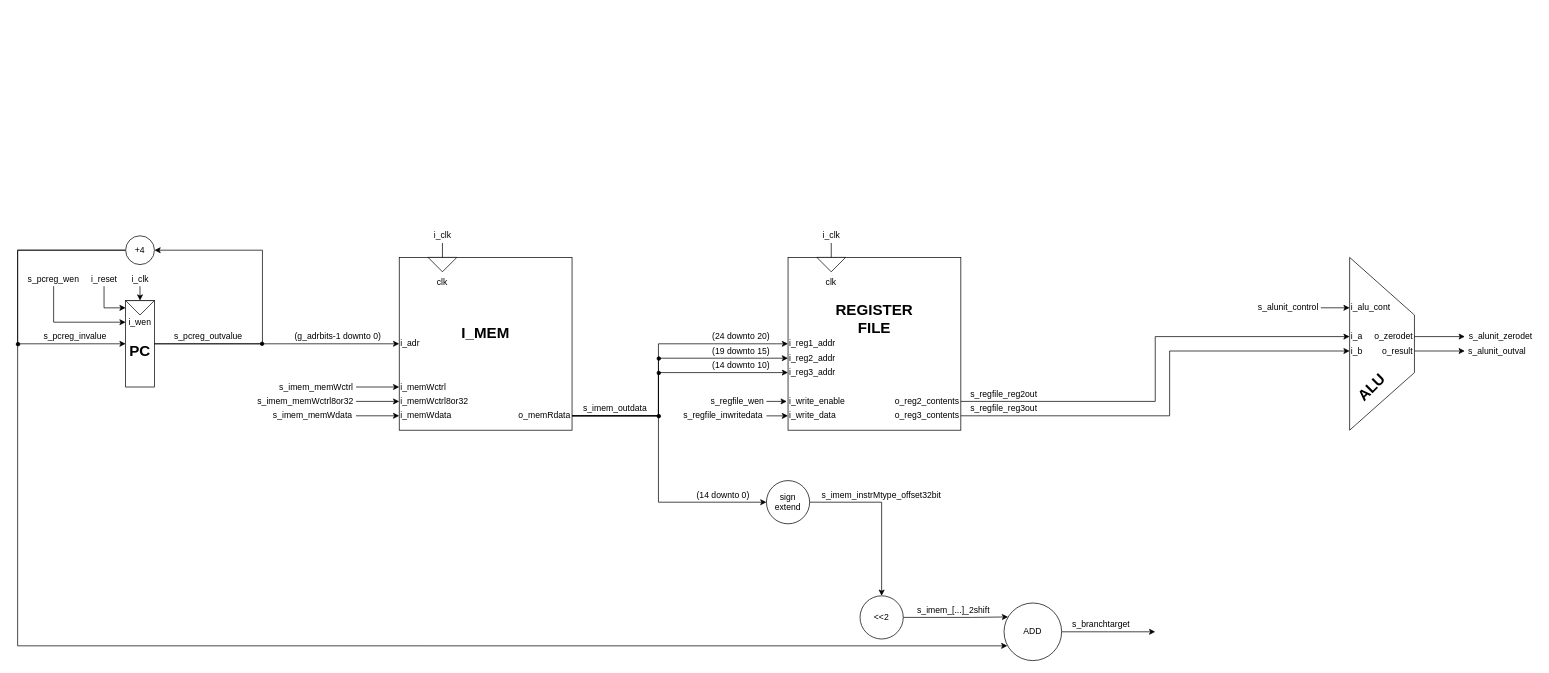
Earlier version of the draw.io diagram mystuff/mymips.drawio (asierfdln/mips). Source tidied: cells renumbered, new cells numbered last; positions are measured from the earlier drawing's top-left corner, leaving out a move shared by most shapes. Both pictures are drawn from the tidied source at 72%, with x=0, y=0 at pixel (16, 235).
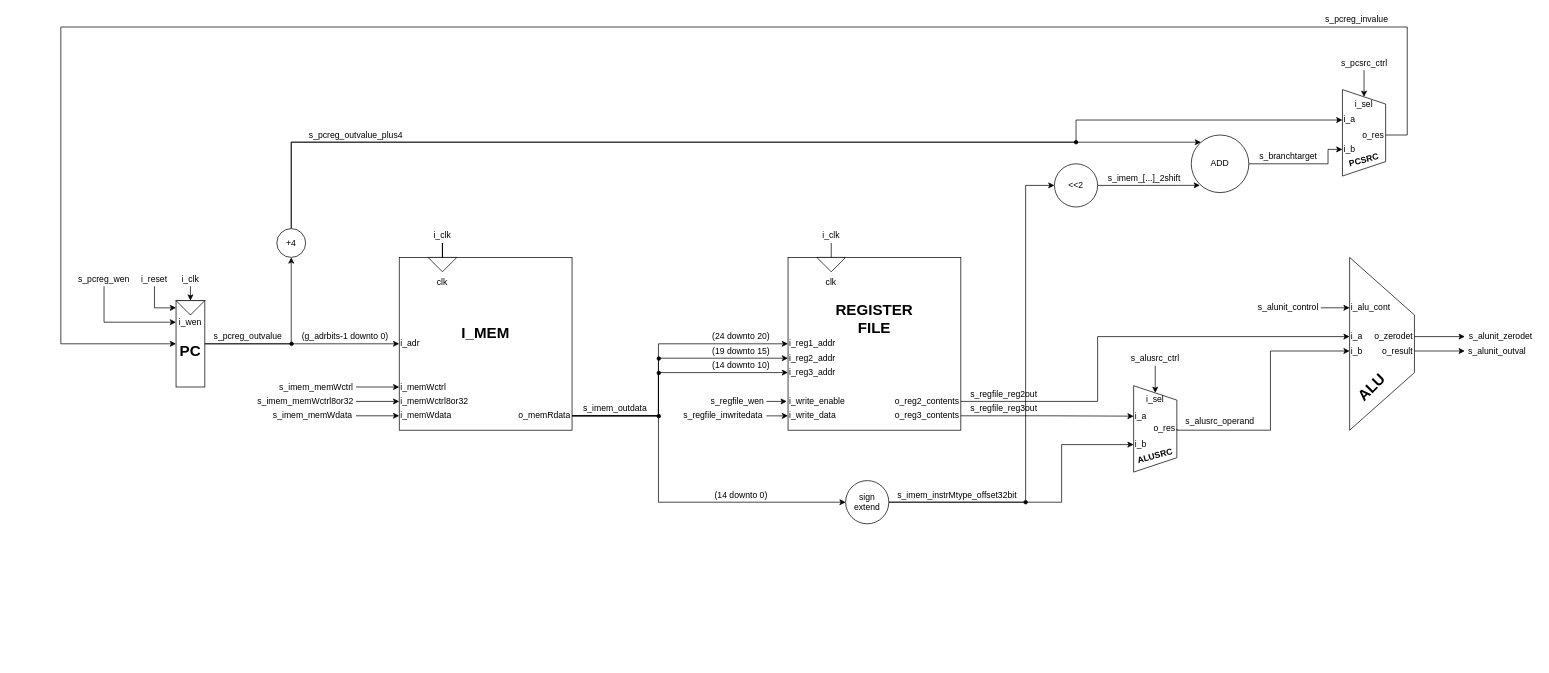
Above is the later version.

Commit message (it also covers changes not shown here):
Branch selection thingie with PCSRC mux2 to PCreg

Next step will include data memory bisness, if I recall correctX

The change refers to these unchanged cells:
```xml
<mxCell id="4" style="triangle;whiteSpace=wrap;html=1;direction=south;" parent="2" vertex="1">
  <mxGeometry x="40" width="40" height="20" as="geometry" />
</mxCell>
<mxCell id="7" value="o_reg2_contents" style="text;html=1;strokeColor=none;fillColor=none;align=right;verticalAlign=middle;whiteSpace=wrap;rounded=0;" parent="2" vertex="1">
  <mxGeometry x="130" y="190" width="110" height="20" as="geometry" />
</mxCell>
<mxCell id="8" value="o_reg3_contents" style="text;html=1;strokeColor=none;fillColor=none;align=right;verticalAlign=middle;whiteSpace=wrap;rounded=0;" parent="2" vertex="1">
  <mxGeometry x="170" y="210" width="70" height="20" as="geometry" />
</mxCell>
<mxCell id="18" style="rounded=0;whiteSpace=wrap;html=1;fontSize=12;direction=south;" parent="17" vertex="1">
  <mxGeometry width="40" height="120" as="geometry" />
</mxCell>
<mxCell id="19" style="triangle;whiteSpace=wrap;html=1;fontSize=12;direction=south;" parent="17" vertex="1">
  <mxGeometry width="40" height="20" as="geometry" />
</mxCell>
<mxCell id="20" value="i_wen" style="text;html=1;strokeColor=none;fillColor=none;align=center;verticalAlign=middle;whiteSpace=wrap;rounded=0;fontSize=12;" parent="17" vertex="1">
  <mxGeometry y="20" width="40" height="20" as="geometry" />
</mxCell>
<mxCell id="21" value="&lt;font style=&quot;font-size: 21px;&quot;&gt;PC&lt;/font&gt;" style="text;html=1;strokeColor=none;fillColor=none;align=center;verticalAlign=middle;whiteSpace=wrap;rounded=0;fontSize=16;fontStyle=1;" parent="17" vertex="1">
  <mxGeometry y="60" width="40" height="20" as="geometry" />
</mxCell>
<mxCell id="33" style="triangle;whiteSpace=wrap;html=1;direction=south;" parent="31" vertex="1">
  <mxGeometry x="40" width="40" height="20" as="geometry" />
</mxCell>
<mxCell id="67" value="i_a" style="text;html=1;strokeColor=none;fillColor=none;align=left;verticalAlign=middle;whiteSpace=wrap;rounded=0;fontSize=12;" parent="1" vertex="1">
  <mxGeometry x="1852" y="130" width="30" height="20" as="geometry" />
</mxCell>
<mxCell id="68" value="i_b" style="text;html=1;strokeColor=none;fillColor=none;align=left;verticalAlign=middle;whiteSpace=wrap;rounded=0;fontSize=12;" parent="1" vertex="1">
  <mxGeometry x="1852" y="150" width="30" height="20" as="geometry" />
</mxCell>
```

The edit, as a diff of the source:
```diff
@@
-    <mxCell id="14" value="i_clk" style="edgeStyle=orthogonalEdgeStyle;rounded=0;jettySize=auto;html=1;exitX=0;exitY=0.5;exitDx=0;exitDy=0;fontSize=12;endArrow=none;endFill=0;" parent="1" edge="1" source="4">
+    <mxCell id="14" style="edgeStyle=orthogonalEdgeStyle;rounded=0;jettySize=auto;html=1;exitX=0;exitY=0.5;exitDx=0;exitDy=0;fontSize=12;endArrow=none;endFill=0;entryX=0.5;entryY=1;entryDx=0;entryDy=0;" parent="1" edge="1" source="4" target="124">
       <mxGeometry x="1" y="10" relative="1" as="geometry">
-        <mxPoint x="1132" y="10" as="targetPoint" />
         <mxPoint x="10" y="-10" as="offset" />
       </mxGeometry>
     </mxCell>
     <mxCell id="15" style="group;" parent="1" vertex="1">
-      <mxGeometry x="152" y="90" width="40" height="120" as="geometry" />
+      <mxGeometry x="222" y="90" width="40" height="120" as="geometry" />
     </mxCell>
@@
-    <mxCell id="22" value="i_clk" style="edgeStyle=orthogonalEdgeStyle;rounded=0;jettySize=auto;html=1;exitX=0;exitY=0.5;exitDx=0;exitDy=0;fontSize=12;endArrow=classic;endFill=1;entryX=0;entryY=0.5;entryDx=0;entryDy=0;" parent="1" edge="1" target="19">
-      <mxGeometry x="-1" y="10" relative="1" as="geometry">
-        <mxPoint x="171.9" y="70" as="sourcePoint" />
-        <mxPoint x="-10" y="-10" as="offset" />
-      </mxGeometry>
-    </mxCell>
-    <mxCell id="23" value="i_reset" style="edgeStyle=orthogonalEdgeStyle;rounded=0;jettySize=auto;html=1;fontSize=12;endArrow=classic;endFill=1;exitX=0.084;exitY=1;exitDx=0;exitDy=0;exitPerimeter=0;entryX=0.084;entryY=1;entryDx=0;entryDy=0;entryPerimeter=0;" parent="1" edge="1" target="18">
+    <mxCell id="23" style="edgeStyle=orthogonalEdgeStyle;rounded=0;jettySize=auto;html=1;fontSize=12;endArrow=classic;endFill=1;entryX=0.084;entryY=1;entryDx=0;entryDy=0;entryPerimeter=0;exitX=0.5;exitY=1;exitDx=0;exitDy=0;" parent="1" edge="1" source="111" target="18">
       <mxGeometry x="-1" y="10" relative="1" as="geometry">
-        <mxPoint x="122" y="70" as="sourcePoint" />
         <Array as="points">
-          <mxPoint x="122" y="100" />
+          <mxPoint x="192" y="100" />
         </Array>
         <mxPoint x="-10" y="-10" as="offset" />
       </mxGeometry>
     </mxCell>
-    <mxCell id="24" style="edgeStyle=orthogonalEdgeStyle;rounded=0;jettySize=auto;html=1;exitX=1;exitY=0.5;exitDx=0;exitDy=0;fontSize=12;endArrow=classic;endFill=1;entryX=1;entryY=0.5;entryDx=0;entryDy=0;" parent="1" edge="1" target="27">
+    <mxCell id="24" style="edgeStyle=orthogonalEdgeStyle;rounded=0;jettySize=auto;html=1;exitX=1;exitY=0;exitDx=0;exitDy=0;fontSize=12;endArrow=classic;endFill=1;entryX=0.5;entryY=1;entryDx=0;entryDy=0;" parent="1" edge="1" source="21" target="27">
       <mxGeometry relative="1" as="geometry">
-        <mxPoint x="191.9" y="150" as="sourcePoint" />
         <Array as="points">
-          <mxPoint x="342" y="150" />
-          <mxPoint x="342" y="20" />
+          <mxPoint x="382" y="150" />
         </Array>
       </mxGeometry>
     </mxCell>
-    <mxCell id="25" style="edgeStyle=orthogonalEdgeStyle;rounded=0;jettySize=auto;html=1;exitX=0;exitY=0.5;exitDx=0;exitDy=0;entryX=0.5;entryY=1;entryDx=0;entryDy=0;fontSize=12;endArrow=classic;endFill=1;" parent="1" edge="1" source="27" target="18">
-      <mxGeometry relative="1" as="geometry">
-        <Array as="points">
-          <mxPoint x="2" y="20" />
-          <mxPoint x="2" y="150" />
-        </Array>
-      </mxGeometry>
-    </mxCell>
-    <mxCell id="26" style="edgeStyle=orthogonalEdgeStyle;rounded=0;jettySize=auto;html=1;exitX=0;exitY=0.5;exitDx=0;exitDy=0;entryX=0.058;entryY=0.744;entryDx=0;entryDy=0;entryPerimeter=0;" parent="1" edge="1" source="27" target="94">
+    <mxCell id="26" style="edgeStyle=orthogonalEdgeStyle;rounded=0;jettySize=auto;html=1;exitX=0.5;exitY=0;exitDx=0;exitDy=0;" parent="1" edge="1" source="27" target="94">
       <mxGeometry relative="1" as="geometry">
         <Array as="points">
-          <mxPoint x="2" y="20" />
-          <mxPoint x="2" y="570" />
+          <mxPoint x="382" y="-130" />
         </Array>
       </mxGeometry>
     </mxCell>
+    <mxCell id="95" style="edgeStyle=orthogonalEdgeStyle;rounded=0;jettySize=auto;html=1;exitX=0.5;exitY=0;exitDx=0;exitDy=0;fontSize=12;entryX=0;entryY=0.5;entryDx=0;entryDy=0;" parent="1" edge="1" source="27" target="114">
+      <mxGeometry relative="1" as="geometry">
+        <Array as="points">
+          <mxPoint x="382" y="-130" />
+          <mxPoint x="1472" y="-130" />
+          <mxPoint x="1472" y="-161" />
+        </Array>
+      </mxGeometry>
+    </mxCell>
     <mxCell id="27" value="+4" style="ellipse;whiteSpace=wrap;html=1;fontSize=12;" parent="1" vertex="1">
-      <mxGeometry x="152" width="40" height="40" as="geometry" />
+      <mxGeometry x="362" y="-10" width="40" height="40" as="geometry" />
     </mxCell>
     <mxCell id="28" value="s_pcreg_invalue" style="text;html=1;strokeColor=none;fillColor=none;align=center;verticalAlign=middle;whiteSpace=wrap;rounded=0;fontSize=12;" parent="1" vertex="1">
-      <mxGeometry x="22" y="130" width="120" height="20" as="geometry" />
+      <mxGeometry x="1812" y="-310" width="100" height="20" as="geometry" />
     </mxCell>
     <mxCell id="29" value="s_pcreg_outvalue" style="text;html=1;strokeColor=none;fillColor=none;align=center;verticalAlign=middle;whiteSpace=wrap;rounded=0;fontSize=12;" parent="1" vertex="1">
-      <mxGeometry x="201.9" y="130" width="130" height="20" as="geometry" />
+      <mxGeometry x="272" y="130" width="100" height="20" as="geometry" />
     </mxCell>
@@
-    <mxCell id="41" value="i_clk" style="edgeStyle=orthogonalEdgeStyle;rounded=0;jettySize=auto;html=1;exitX=0;exitY=0.5;exitDx=0;exitDy=0;fontSize=12;endArrow=none;endFill=0;" parent="1" edge="1" source="33">
+    <mxCell id="41" style="edgeStyle=orthogonalEdgeStyle;rounded=0;jettySize=auto;html=1;exitX=0;exitY=0.5;exitDx=0;exitDy=0;fontSize=12;endArrow=none;endFill=0;" parent="1" edge="1" source="33" target="123">
       <mxGeometry x="1" y="10" relative="1" as="geometry">
-        <mxPoint x="592" y="10" as="targetPoint" />
         <mxPoint x="10" y="-10" as="offset" />
       </mxGeometry>
     </mxCell>
     <mxCell id="42" style="edgeStyle=orthogonalEdgeStyle;rounded=0;jettySize=auto;html=1;fontSize=21;endArrow=classic;endFill=1;exitX=0.5;exitY=1;exitDx=0;exitDy=0;entryX=0;entryY=0.5;entryDx=0;entryDy=0;" parent="1" edge="1" source="43" target="20">
       <mxGeometry relative="1" as="geometry">
         <Array as="points">
-          <mxPoint x="52" y="120" />
+          <mxPoint x="122" y="120" />
         </Array>
       </mxGeometry>
     </mxCell>
     <mxCell id="43" value="s_pcreg_wen" style="text;html=1;strokeColor=none;fillColor=none;align=center;verticalAlign=middle;whiteSpace=wrap;rounded=0;fontSize=12;direction=east;" parent="1" vertex="1">
-      <mxGeometry x="12" y="50" width="80" height="20" as="geometry" />
+      <mxGeometry x="82" y="50" width="80" height="20" as="geometry" />
     </mxCell>
@@
     <mxCell id="61" style="edgeStyle=orthogonalEdgeStyle;rounded=0;jettySize=auto;html=1;exitX=1;exitY=0.5;exitDx=0;exitDy=0;fontSize=12;endArrow=classic;endFill=1;entryX=0;entryY=0.5;entryDx=0;entryDy=0;" parent="1" edge="1" source="7" target="67">
-      <mxGeometry relative="1" as="geometry" />
+      <mxGeometry relative="1" as="geometry">
+        <Array as="points">
+          <mxPoint x="1502" y="230" />
+          <mxPoint x="1502" y="140" />
+        </Array>
+      </mxGeometry>
     </mxCell>
-    <mxCell id="62" style="edgeStyle=orthogonalEdgeStyle;rounded=0;jettySize=auto;html=1;exitX=1;exitY=0.5;exitDx=0;exitDy=0;fontSize=12;endArrow=classic;endFill=1;entryX=0;entryY=0.5;entryDx=0;entryDy=0;" parent="1" edge="1" source="8" target="68">
-      <mxGeometry relative="1" as="geometry">
-        <Array as="points">
-          <mxPoint x="1602" y="250" />
-          <mxPoint x="1602" y="160" />
-        </Array>
-      </mxGeometry>
-    </mxCell>
@@
     <mxCell id="75" value="(g_adrbits-1 downto 0)" style="text;html=1;strokeColor=none;fillColor=none;align=center;verticalAlign=middle;whiteSpace=wrap;rounded=0;fontSize=12;" parent="1" vertex="1">
-      <mxGeometry x="382" y="130" width="130" height="20" as="geometry" />
+      <mxGeometry x="392" y="130" width="130" height="20" as="geometry" />
     </mxCell>
@@
     <mxCell id="79" style="edgeStyle=orthogonalEdgeStyle;rounded=0;jettySize=auto;html=1;exitX=1;exitY=0.5;exitDx=0;exitDy=0;" parent="1" edge="1" source="80" target="85">
-      <mxGeometry relative="1" as="geometry" />
+      <mxGeometry relative="1" as="geometry">
+        <Array as="points">
+          <mxPoint x="1402" y="370" />
+        </Array>
+      </mxGeometry>
     </mxCell>
+    <mxCell id="96" style="edgeStyle=orthogonalEdgeStyle;rounded=0;jettySize=auto;html=1;exitX=1;exitY=0.5;exitDx=0;exitDy=0;fontSize=12;entryX=0;entryY=0.5;entryDx=0;entryDy=0;" parent="1" edge="1" source="80" target="100">
+      <mxGeometry relative="1" as="geometry">
+        <Array as="points">
+          <mxPoint x="1452" y="370" />
+          <mxPoint x="1452" y="290" />
+        </Array>
+      </mxGeometry>
+    </mxCell>
     <mxCell id="80" value="sign extend" style="ellipse;whiteSpace=wrap;html=1;fontSize=12;" parent="1" vertex="1">
-      <mxGeometry x="1042" y="340" width="60" height="60" as="geometry" />
+      <mxGeometry x="1152" y="340" width="60" height="60" as="geometry" />
     </mxCell>
@@
     <mxCell id="82" value="(14 downto 0)" style="text;html=1;strokeColor=none;fillColor=none;align=center;verticalAlign=middle;whiteSpace=wrap;rounded=0;fontSize=12;" parent="1" vertex="1">
-      <mxGeometry x="942" y="350" width="80" height="20" as="geometry" />
+      <mxGeometry x="967" y="350" width="80" height="20" as="geometry" />
     </mxCell>
     <mxCell id="83" value="s_imem_instrMtype_offset32bit" style="text;html=1;strokeColor=none;fillColor=none;align=center;verticalAlign=middle;whiteSpace=wrap;rounded=0;fontSize=12;" parent="1" vertex="1">
-      <mxGeometry x="1112" y="350" width="180" height="20" as="geometry" />
+      <mxGeometry x="1222" y="350" width="170" height="20" as="geometry" />
     </mxCell>
-    <mxCell id="84" style="edgeStyle=orthogonalEdgeStyle;rounded=0;jettySize=auto;html=1;exitX=1;exitY=0.5;exitDx=0;exitDy=0;entryX=0.071;entryY=0.242;entryDx=0;entryDy=0;entryPerimeter=0;" parent="1" edge="1" source="85" target="94">
-      <mxGeometry relative="1" as="geometry">
-        <Array as="points">
-          <mxPoint x="1327" y="530" />
-        </Array>
-      </mxGeometry>
+    <mxCell id="84" style="edgeStyle=orthogonalEdgeStyle;rounded=0;jettySize=auto;html=1;exitX=1;exitY=0.5;exitDx=0;exitDy=0;entryX=0.151;entryY=0.874;entryDx=0;entryDy=0;entryPerimeter=0;fontSize=12;" parent="1" edge="1" source="85" target="94">
+      <mxGeometry relative="1" as="geometry" />
     </mxCell>
     <mxCell id="85" value="&amp;lt;&amp;lt;2" style="ellipse;whiteSpace=wrap;html=1;fontSize=12;" parent="1" vertex="1">
-      <mxGeometry x="1172" y="500" width="60" height="60" as="geometry" />
+      <mxGeometry x="1442" y="-100" width="60" height="60" as="geometry" />
     </mxCell>
     <mxCell id="86" style="ellipse;whiteSpace=wrap;html=1;fillColor=#000000;" parent="1" vertex="1">
-      <mxGeometry x="339" y="147.5" width="5" height="5" as="geometry" />
+      <mxGeometry x="380" y="147.5" width="5" height="5" as="geometry" />
     </mxCell>
-    <mxCell id="87" style="ellipse;whiteSpace=wrap;html=1;fillColor=#000000;" parent="1" vertex="1">
-      <mxGeometry y="148" width="5" height="5" as="geometry" />
-    </mxCell>
@@
     <mxCell id="91" value="s_imem_[...]_2shift" style="text;html=1;strokeColor=none;fillColor=none;align=center;verticalAlign=middle;whiteSpace=wrap;rounded=0;fontSize=12;" parent="1" vertex="1">
-      <mxGeometry x="1242" y="510" width="120" height="20" as="geometry" />
+      <mxGeometry x="1512" y="-90" width="110" height="20" as="geometry" />
     </mxCell>
     <mxCell id="92" value="s_branchtarget" style="text;html=1;strokeColor=none;fillColor=none;align=center;verticalAlign=middle;whiteSpace=wrap;rounded=0;fontSize=12;" parent="1" vertex="1">
-      <mxGeometry x="1462" y="530" width="90" height="20" as="geometry" />
+      <mxGeometry x="1722" y="-120" width="90" height="20" as="geometry" />
     </mxCell>
-    <mxCell id="93" style="edgeStyle=orthogonalEdgeStyle;rounded=0;jettySize=auto;html=1;exitX=1;exitY=0.5;exitDx=0;exitDy=0;" parent="1" edge="1" source="94">
+    <mxCell id="93" style="edgeStyle=orthogonalEdgeStyle;rounded=0;jettySize=auto;html=1;exitX=1;exitY=0.5;exitDx=0;exitDy=0;entryX=0;entryY=0.5;entryDx=0;entryDy=0;" parent="1" edge="1" source="94" target="115">
       <mxGeometry relative="1" as="geometry">
-        <mxPoint x="1582" y="550" as="targetPoint" />
+        <Array as="points">
+          <mxPoint x="1822" y="-100" />
+          <mxPoint x="1822" y="-120" />
+        </Array>
       </mxGeometry>
     </mxCell>
     <mxCell id="94" value="ADD" style="ellipse;whiteSpace=wrap;html=1;fontSize=12;" parent="1" vertex="1">
-      <mxGeometry x="1372" y="510" width="80" height="80" as="geometry" />
+      <mxGeometry x="1632" y="-140" width="80" height="80" as="geometry" />
     </mxCell>
+    <mxCell id="97" style="shape=trapezoid;perimeter=trapezoidPerimeter;whiteSpace=wrap;html=1;fixedSize=1;rotation=90;" parent="1" vertex="1">
+      <mxGeometry x="1522" y="238.2" width="120" height="60" as="geometry" />
+    </mxCell>
+    <mxCell id="98" value="&lt;b&gt;&lt;font style=&quot;font-size: 12px;&quot;&gt;ALUSRC&lt;/font&gt;&lt;/b&gt;" style="text;html=1;strokeColor=none;fillColor=none;align=center;verticalAlign=middle;whiteSpace=wrap;rounded=0;fontSize=12;rotation=-15;" parent="1" vertex="1">
+      <mxGeometry x="1552" y="291.2" width="60" height="30" as="geometry" />
+    </mxCell>
+    <mxCell id="99" value="i_a" style="text;html=1;strokeColor=none;fillColor=none;align=left;verticalAlign=middle;whiteSpace=wrap;rounded=0;fontSize=12;" parent="1" vertex="1">
+      <mxGeometry x="1552" y="240.5" width="30" height="20" as="geometry" />
+    </mxCell>
+    <mxCell id="100" value="i_b" style="text;html=1;strokeColor=none;fillColor=none;align=left;verticalAlign=middle;whiteSpace=wrap;rounded=0;fontSize=12;" parent="1" vertex="1">
+      <mxGeometry x="1552" y="280" width="30" height="20" as="geometry" />
+    </mxCell>
+    <mxCell id="101" style="edgeStyle=orthogonalEdgeStyle;rounded=0;jettySize=auto;html=1;fontSize=12;entryX=0.5;entryY=0;entryDx=0;entryDy=0;exitX=0.5;exitY=1;exitDx=0;exitDy=0;" parent="1" edge="1" source="108" target="102">
+      <mxGeometry relative="1" as="geometry" />
+    </mxCell>
+    <mxCell id="102" value="i_sel" style="text;html=1;strokeColor=none;fillColor=none;align=center;verticalAlign=middle;whiteSpace=wrap;rounded=0;fontSize=12;" parent="1" vertex="1">
+      <mxGeometry x="1562" y="218.2" width="40" height="20" as="geometry" />
+    </mxCell>
+    <mxCell id="103" style="edgeStyle=orthogonalEdgeStyle;rounded=0;jettySize=auto;html=1;exitX=1;exitY=0.5;exitDx=0;exitDy=0;fontSize=12;entryX=0;entryY=0.5;entryDx=0;entryDy=0;" parent="1" edge="1" source="104" target="68">
+      <mxGeometry relative="1" as="geometry">
+        <Array as="points">
+          <mxPoint x="1742" y="270" />
+          <mxPoint x="1742" y="160" />
+        </Array>
+      </mxGeometry>
+    </mxCell>
+    <mxCell id="104" value="o_res" style="text;html=1;strokeColor=none;fillColor=none;align=right;verticalAlign=middle;whiteSpace=wrap;rounded=0;fontSize=12;" parent="1" vertex="1">
+      <mxGeometry x="1572" y="258.2" width="40" height="20" as="geometry" />
+    </mxCell>
+    <mxCell id="105" style="edgeStyle=orthogonalEdgeStyle;rounded=0;jettySize=auto;html=1;exitX=1;exitY=0.5;exitDx=0;exitDy=0;fontSize=12;entryX=0;entryY=0.5;entryDx=0;entryDy=0;" parent="1" edge="1" source="8" target="99">
+      <mxGeometry relative="1" as="geometry" />
+    </mxCell>
+    <mxCell id="106" value="s_alusrc_operand" style="text;html=1;strokeColor=none;fillColor=none;align=center;verticalAlign=middle;whiteSpace=wrap;rounded=0;fontSize=12;" parent="1" vertex="1">
+      <mxGeometry x="1622" y="248.2" width="100" height="20" as="geometry" />
+    </mxCell>
+    <mxCell id="107" style="ellipse;whiteSpace=wrap;html=1;fillColor=#000000;" parent="1" vertex="1">
+      <mxGeometry x="1399.5" y="367.5" width="5" height="5" as="geometry" />
+    </mxCell>
+    <mxCell id="108" value="s_alusrc_ctrl" style="text;html=1;strokeColor=none;fillColor=none;align=center;verticalAlign=middle;whiteSpace=wrap;rounded=0;fontSize=12;" parent="1" vertex="1">
+      <mxGeometry x="1542" y="160.5" width="80" height="20" as="geometry" />
+    </mxCell>
+    <mxCell id="109" style="edgeStyle=orthogonalEdgeStyle;rounded=0;jettySize=auto;html=1;exitX=0.5;exitY=1;exitDx=0;exitDy=0;fontSize=12;entryX=0;entryY=0.5;entryDx=0;entryDy=0;" parent="1" edge="1" source="110" target="19">
+      <mxGeometry relative="1" as="geometry" />
+    </mxCell>
+    <mxCell id="110" value="i_clk" style="text;html=1;strokeColor=none;fillColor=none;align=center;verticalAlign=middle;whiteSpace=wrap;rounded=0;fontSize=12;direction=east;" parent="1" vertex="1">
+      <mxGeometry x="227" y="50" width="29.9" height="20" as="geometry" />
+    </mxCell>
+    <mxCell id="111" value="i_reset" style="text;html=1;strokeColor=none;fillColor=none;align=center;verticalAlign=middle;whiteSpace=wrap;rounded=0;fontSize=12;direction=east;" parent="1" vertex="1">
+      <mxGeometry x="172" y="50" width="40" height="20" as="geometry" />
+    </mxCell>
+    <mxCell id="112" style="shape=trapezoid;perimeter=trapezoidPerimeter;whiteSpace=wrap;html=1;fixedSize=1;rotation=90;" parent="1" vertex="1">
+      <mxGeometry x="1812" y="-173" width="120" height="60" as="geometry" />
+    </mxCell>
+    <mxCell id="113" value="&lt;b&gt;&lt;font style=&quot;font-size: 12px;&quot;&gt;PCSRC&lt;/font&gt;&lt;/b&gt;" style="text;html=1;strokeColor=none;fillColor=none;align=center;verticalAlign=middle;whiteSpace=wrap;rounded=0;fontSize=12;rotation=-15;" parent="1" vertex="1">
+      <mxGeometry x="1842" y="-120" width="60" height="30" as="geometry" />
+    </mxCell>
+    <mxCell id="114" value="i_a" style="text;html=1;strokeColor=none;fillColor=none;align=left;verticalAlign=middle;whiteSpace=wrap;rounded=0;fontSize=12;" parent="1" vertex="1">
+      <mxGeometry x="1842" y="-170.8" width="30" height="20" as="geometry" />
+    </mxCell>
+    <mxCell id="115" value="i_b" style="text;html=1;strokeColor=none;fillColor=none;align=left;verticalAlign=middle;whiteSpace=wrap;rounded=0;fontSize=12;" parent="1" vertex="1">
+      <mxGeometry x="1842" y="-130" width="30" height="20" as="geometry" />
+    </mxCell>
+    <mxCell id="116" style="edgeStyle=orthogonalEdgeStyle;rounded=0;jettySize=auto;html=1;exitX=0.5;exitY=1;exitDx=0;exitDy=0;entryX=0.5;entryY=0;entryDx=0;entryDy=0;fontSize=12;" parent="1" edge="1" source="122" target="117">
+      <mxGeometry relative="1" as="geometry" />
+    </mxCell>
+    <mxCell id="117" value="i_sel" style="text;html=1;strokeColor=none;fillColor=none;align=center;verticalAlign=middle;whiteSpace=wrap;rounded=0;fontSize=12;" parent="1" vertex="1">
+      <mxGeometry x="1852" y="-193" width="40" height="20" as="geometry" />
+    </mxCell>
+    <mxCell id="118" style="edgeStyle=orthogonalEdgeStyle;rounded=0;jettySize=auto;html=1;exitX=1;exitY=0.5;exitDx=0;exitDy=0;fontSize=12;entryX=0.5;entryY=1;entryDx=0;entryDy=0;" parent="1" edge="1" source="119" target="18">
+      <mxGeometry relative="1" as="geometry">
+        <Array as="points">
+          <mxPoint x="1932" y="-140" />
+          <mxPoint x="1932" y="-290" />
+          <mxPoint x="62" y="-290" />
+          <mxPoint x="62" y="150" />
+        </Array>
+      </mxGeometry>
+    </mxCell>
+    <mxCell id="119" value="o_res" style="text;html=1;strokeColor=none;fillColor=none;align=right;verticalAlign=middle;whiteSpace=wrap;rounded=0;fontSize=12;" parent="1" vertex="1">
+      <mxGeometry x="1862" y="-150" width="40" height="20" as="geometry" />
+    </mxCell>
+    <mxCell id="120" style="ellipse;whiteSpace=wrap;html=1;fillColor=#000000;" parent="1" vertex="1">
+      <mxGeometry x="1469.5" y="-132.5" width="5" height="5" as="geometry" />
+    </mxCell>
+    <mxCell id="121" value="s_pcreg_outvalue_plus4" style="text;html=1;strokeColor=none;fillColor=none;align=center;verticalAlign=middle;whiteSpace=wrap;rounded=0;fontSize=12;" parent="1" vertex="1">
+      <mxGeometry x="402" y="-150" width="140" height="20" as="geometry" />
+    </mxCell>
+    <mxCell id="122" value="s_pcsrc_ctrl" style="text;html=1;strokeColor=none;fillColor=none;align=center;verticalAlign=middle;whiteSpace=wrap;rounded=0;fontSize=12;" parent="1" vertex="1">
+      <mxGeometry x="1834.5" y="-250" width="75" height="20" as="geometry" />
+    </mxCell>
+    <mxCell id="123" value="i_clk" style="text;html=1;strokeColor=none;fillColor=none;align=center;verticalAlign=middle;whiteSpace=wrap;rounded=0;fontSize=12;" parent="1" vertex="1">
+      <mxGeometry x="572" y="-10" width="40" height="20" as="geometry" />
+    </mxCell>
+    <mxCell id="124" value="i_clk" style="text;html=1;strokeColor=none;fillColor=none;align=center;verticalAlign=middle;whiteSpace=wrap;rounded=0;fontSize=12;" parent="1" vertex="1">
+      <mxGeometry x="1112" y="-10" width="40" height="20" as="geometry" />
+    </mxCell>
```
